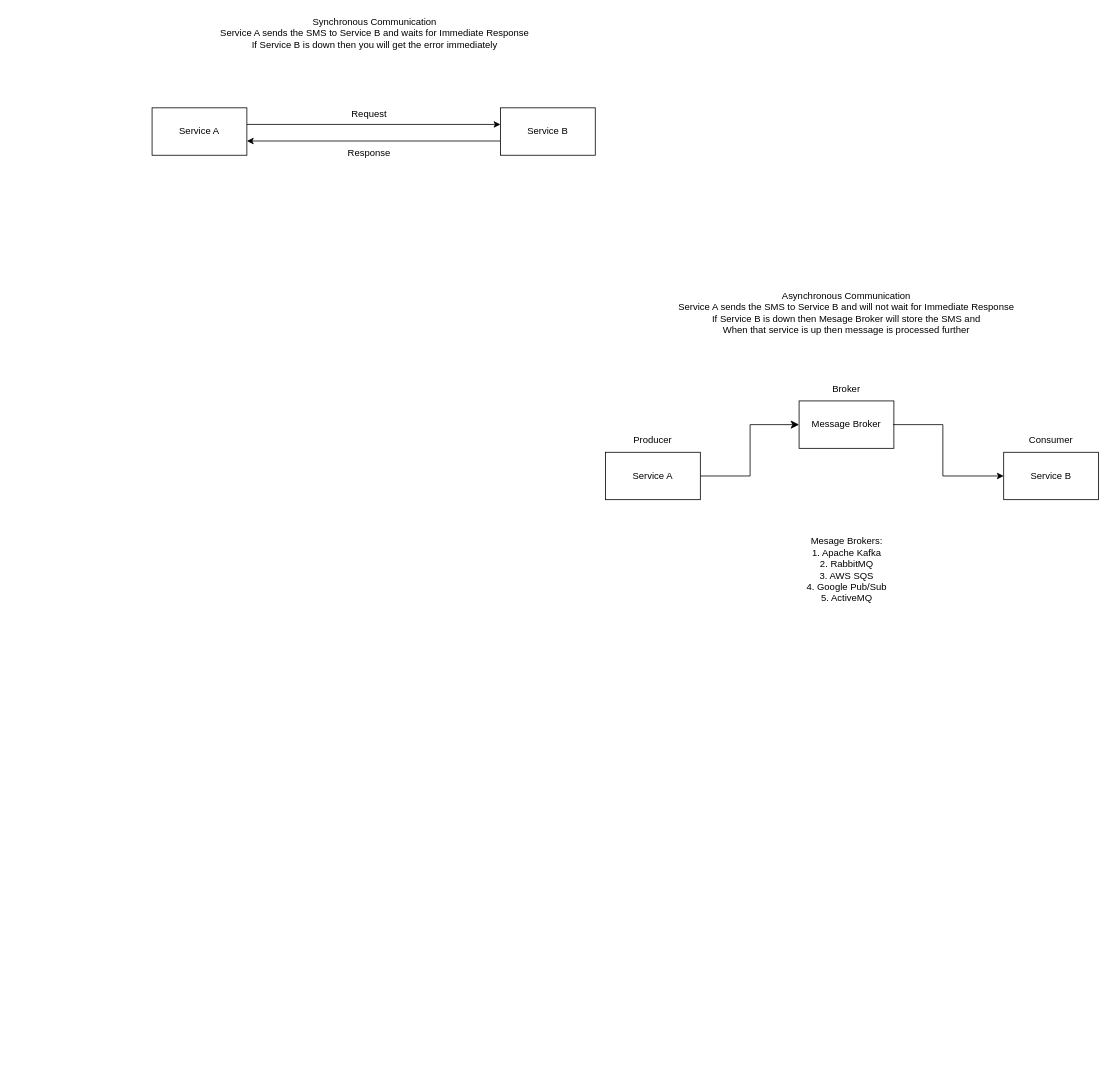
Earlier version of the draw.io diagram Service-Communication.drawio (mahesh1105/DrawIO-Designs). Source tidied: cells renumbered, new cells numbered last; positions are measured from the earlier drawing's top-left corner, leaving out a move shared by most shapes. Both pictures are drawn from the tidied source at 79%, with x=0, y=0 at pixel (152, 13).
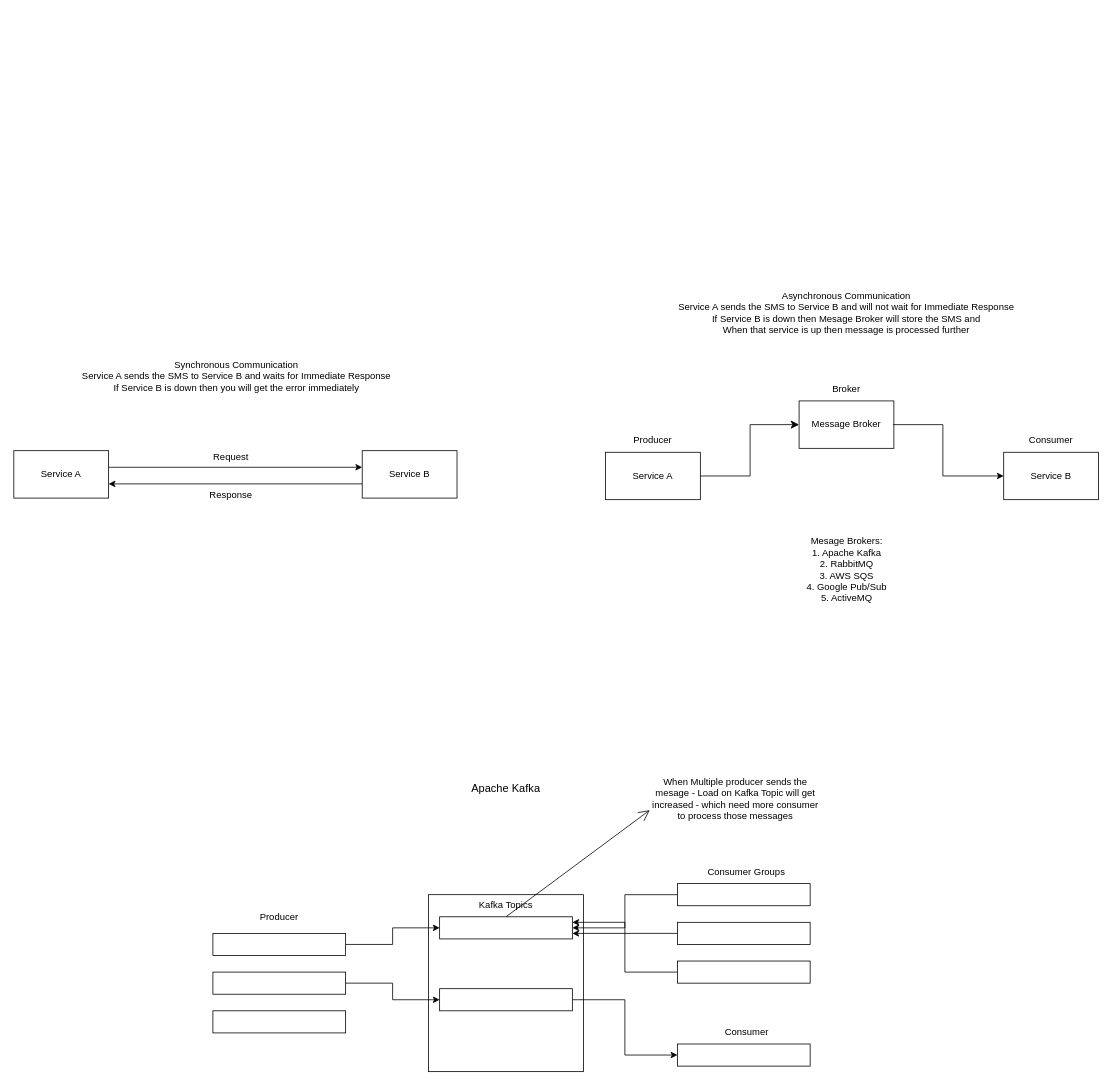
Above is the later version.

The edit, as a diff of the source:
```diff
@@
     <mxCell id="2" style="edgeStyle=orthogonalEdgeStyle;rounded=0;orthogonalLoop=1;jettySize=auto;html=1;exitX=1;exitY=0.5;exitDx=0;exitDy=0;entryX=0;entryY=0.5;entryDx=0;entryDy=0;fontColor=default;labelBackgroundColor=none;" parent="1" edge="1">
       <mxGeometry relative="1" as="geometry">
-        <mxPoint x="120" y="140" as="sourcePoint" />
-        <mxPoint x="441" y="140" as="targetPoint" />
+        <mxPoint x="-55" y="574" as="sourcePoint" />
+        <mxPoint x="266" y="574" as="targetPoint" />
       </mxGeometry>
     </mxCell>
     <mxCell id="3" value="Service A" style="rounded=0;whiteSpace=wrap;html=1;labelBackgroundColor=none;" parent="1" vertex="1">
-      <mxGeometry y="119" width="120" height="60" as="geometry" />
+      <mxGeometry x="-175" y="553" width="120" height="60" as="geometry" />
     </mxCell>
     <mxCell id="4" style="edgeStyle=orthogonalEdgeStyle;rounded=0;orthogonalLoop=1;jettySize=auto;html=1;exitX=0;exitY=0.5;exitDx=0;exitDy=0;entryX=1;entryY=0.5;entryDx=0;entryDy=0;fontColor=default;labelBackgroundColor=none;" parent="1" edge="1">
       <mxGeometry relative="1" as="geometry">
-        <mxPoint x="441" y="161" as="sourcePoint" />
-        <mxPoint x="120" y="161" as="targetPoint" />
+        <mxPoint x="266" y="595" as="sourcePoint" />
+        <mxPoint x="-55" y="595" as="targetPoint" />
       </mxGeometry>
     </mxCell>
     <mxCell id="5" value="Service B" style="rounded=0;whiteSpace=wrap;html=1;labelBackgroundColor=none;" parent="1" vertex="1">
-      <mxGeometry x="441" y="119" width="120" height="60" as="geometry" />
+      <mxGeometry x="266" y="553" width="120" height="60" as="geometry" />
     </mxCell>
     <mxCell id="6" value="Request" style="text;html=1;whiteSpace=wrap;strokeColor=none;fillColor=none;align=center;verticalAlign=middle;rounded=0;labelBackgroundColor=none;" parent="1" vertex="1">
-      <mxGeometry x="245" y="112" width="60" height="30" as="geometry" />
+      <mxGeometry x="70" y="546" width="60" height="30" as="geometry" />
     </mxCell>
     <mxCell id="7" value="Response" style="text;html=1;whiteSpace=wrap;strokeColor=none;fillColor=none;align=center;verticalAlign=middle;rounded=0;labelBackgroundColor=none;" parent="1" vertex="1">
-      <mxGeometry x="245" y="161" width="60" height="30" as="geometry" />
+      <mxGeometry x="70" y="595" width="60" height="30" as="geometry" />
     </mxCell>
     <mxCell id="8" value="Synchronous Communication&lt;div&gt;Service A sends the SMS to Service B and waits for Immediate Response&lt;/div&gt;&lt;div&gt;If Service B is down then you will get the error immediately&lt;/div&gt;" style="text;html=1;whiteSpace=wrap;strokeColor=none;fillColor=none;align=center;verticalAlign=middle;rounded=0;labelBackgroundColor=none;" parent="1" vertex="1">
-      <mxGeometry x="2" width="560" height="49" as="geometry" />
+      <mxGeometry x="-173" y="434" width="560" height="49" as="geometry" />
     </mxCell>
@@
+    <mxCell id="19" style="rounded=0;whiteSpace=wrap;html=1;" parent="1" vertex="1">
+      <mxGeometry x="77" y="1164" width="168" height="28" as="geometry" />
+    </mxCell>
+    <mxCell id="20" style="rounded=0;whiteSpace=wrap;html=1;" parent="1" vertex="1">
+      <mxGeometry x="77" y="1213" width="168" height="28" as="geometry" />
+    </mxCell>
+    <mxCell id="21" style="rounded=0;whiteSpace=wrap;html=1;" parent="1" vertex="1">
+      <mxGeometry x="77" y="1262" width="168" height="28" as="geometry" />
+    </mxCell>
+    <mxCell id="22" value="Producer" style="text;html=1;whiteSpace=wrap;strokeColor=none;fillColor=none;align=center;verticalAlign=middle;rounded=0;" parent="1" vertex="1">
+      <mxGeometry x="131" y="1129" width="60" height="30" as="geometry" />
+    </mxCell>
+    <mxCell id="23" style="rounded=0;whiteSpace=wrap;html=1;" parent="1" vertex="1">
+      <mxGeometry x="350" y="1115" width="196" height="224" as="geometry" />
+    </mxCell>
+    <mxCell id="24" style="rounded=0;whiteSpace=wrap;html=1;" parent="1" vertex="1">
+      <mxGeometry x="364" y="1143" width="168" height="28" as="geometry" />
+    </mxCell>
+    <mxCell id="25" style="edgeStyle=orthogonalEdgeStyle;rounded=0;jettySize=auto;html=1;exitX=1;exitY=0.5;exitDx=0;exitDy=0;entryX=0;entryY=0.5;entryDx=0;entryDy=0;" parent="1" edge="1" source="26" target="33">
+      <mxGeometry relative="1" as="geometry" />
+    </mxCell>
+    <mxCell id="26" style="rounded=0;whiteSpace=wrap;html=1;" parent="1" vertex="1">
+      <mxGeometry x="364" y="1234" width="168" height="28" as="geometry" />
+    </mxCell>
+    <mxCell id="27" style="edgeStyle=orthogonalEdgeStyle;rounded=0;jettySize=auto;html=1;exitX=0;exitY=0.5;exitDx=0;exitDy=0;entryX=1;entryY=0.5;entryDx=0;entryDy=0;" parent="1" edge="1" source="28" target="24">
+      <mxGeometry relative="1" as="geometry" />
+    </mxCell>
+    <mxCell id="28" style="rounded=0;whiteSpace=wrap;html=1;" parent="1" vertex="1">
+      <mxGeometry x="665" y="1101" width="168" height="28" as="geometry" />
+    </mxCell>
+    <mxCell id="29" style="edgeStyle=orthogonalEdgeStyle;rounded=0;jettySize=auto;html=1;exitX=0;exitY=0.5;exitDx=0;exitDy=0;entryX=1;entryY=0.75;entryDx=0;entryDy=0;" parent="1" edge="1" source="30" target="24">
+      <mxGeometry relative="1" as="geometry" />
+    </mxCell>
+    <mxCell id="30" style="rounded=0;whiteSpace=wrap;html=1;" parent="1" vertex="1">
+      <mxGeometry x="665" y="1150" width="168" height="28" as="geometry" />
+    </mxCell>
+    <mxCell id="31" style="edgeStyle=orthogonalEdgeStyle;rounded=0;jettySize=auto;html=1;exitX=0;exitY=0.5;exitDx=0;exitDy=0;entryX=1;entryY=0.25;entryDx=0;entryDy=0;" parent="1" edge="1" source="32" target="24">
+      <mxGeometry relative="1" as="geometry" />
+    </mxCell>
+    <mxCell id="32" style="rounded=0;whiteSpace=wrap;html=1;" parent="1" vertex="1">
+      <mxGeometry x="665" y="1199" width="168" height="28" as="geometry" />
+    </mxCell>
+    <mxCell id="33" style="rounded=0;whiteSpace=wrap;html=1;" parent="1" vertex="1">
+      <mxGeometry x="665" y="1304" width="168" height="28" as="geometry" />
+    </mxCell>
+    <mxCell id="34" style="edgeStyle=orthogonalEdgeStyle;rounded=0;jettySize=auto;html=1;exitX=1;exitY=0.5;exitDx=0;exitDy=0;entryX=0;entryY=0.5;entryDx=0;entryDy=0;" parent="1" edge="1" source="19" target="24">
+      <mxGeometry relative="1" as="geometry" />
+    </mxCell>
+    <mxCell id="35" value="Consumer Groups" style="text;html=1;whiteSpace=wrap;strokeColor=none;fillColor=none;align=center;verticalAlign=middle;rounded=0;" parent="1" vertex="1">
+      <mxGeometry x="686" y="1071" width="133" height="30" as="geometry" />
+    </mxCell>
+    <mxCell id="36" value="Consumer" style="text;html=1;whiteSpace=wrap;strokeColor=none;fillColor=none;align=center;verticalAlign=middle;rounded=0;" parent="1" vertex="1">
+      <mxGeometry x="722.5" y="1274" width="60" height="30" as="geometry" />
+    </mxCell>
+    <mxCell id="37" style="edgeStyle=orthogonalEdgeStyle;rounded=0;jettySize=auto;html=1;exitX=1;exitY=0.5;exitDx=0;exitDy=0;" parent="1" edge="1" source="20" target="26">
+      <mxGeometry relative="1" as="geometry" />
+    </mxCell>
+    <mxCell id="38" value="Kafka Topics" style="text;html=1;whiteSpace=wrap;strokeColor=none;fillColor=none;align=center;verticalAlign=middle;rounded=0;" parent="1" vertex="1">
+      <mxGeometry x="406" y="1113" width="84" height="30" as="geometry" />
+    </mxCell>
+    <mxCell id="39" value="&lt;font style=&quot;font-size: 14px;&quot;&gt;Apache Kafka&lt;/font&gt;" style="text;html=1;whiteSpace=wrap;strokeColor=none;fillColor=light-dark(transparent,#B266FF);align=center;verticalAlign=middle;rounded=0;" parent="1" vertex="1">
+      <mxGeometry x="378" y="966" width="140" height="30" as="geometry" />
+    </mxCell>
+    <mxCell id="40" style="endArrow=open;endFill=1;endSize=12;html=1;rounded=0;exitX=0.5;exitY=0;exitDx=0;exitDy=0;" parent="1" edge="1" source="24">
+      <mxGeometry relative="1" as="geometry">
+        <mxPoint x="630" y="1008" as="targetPoint" />
+      </mxGeometry>
+    </mxCell>
+    <mxCell id="41" value="When Multiple producer sends the mesage - Load on Kafka Topic will get increased - which need more consumer to process those messages" style="text;html=1;whiteSpace=wrap;strokeColor=none;fillColor=none;align=center;verticalAlign=middle;rounded=0;" parent="1" vertex="1">
+      <mxGeometry x="630" y="959" width="217" height="70" as="geometry" />
+    </mxCell>
```
